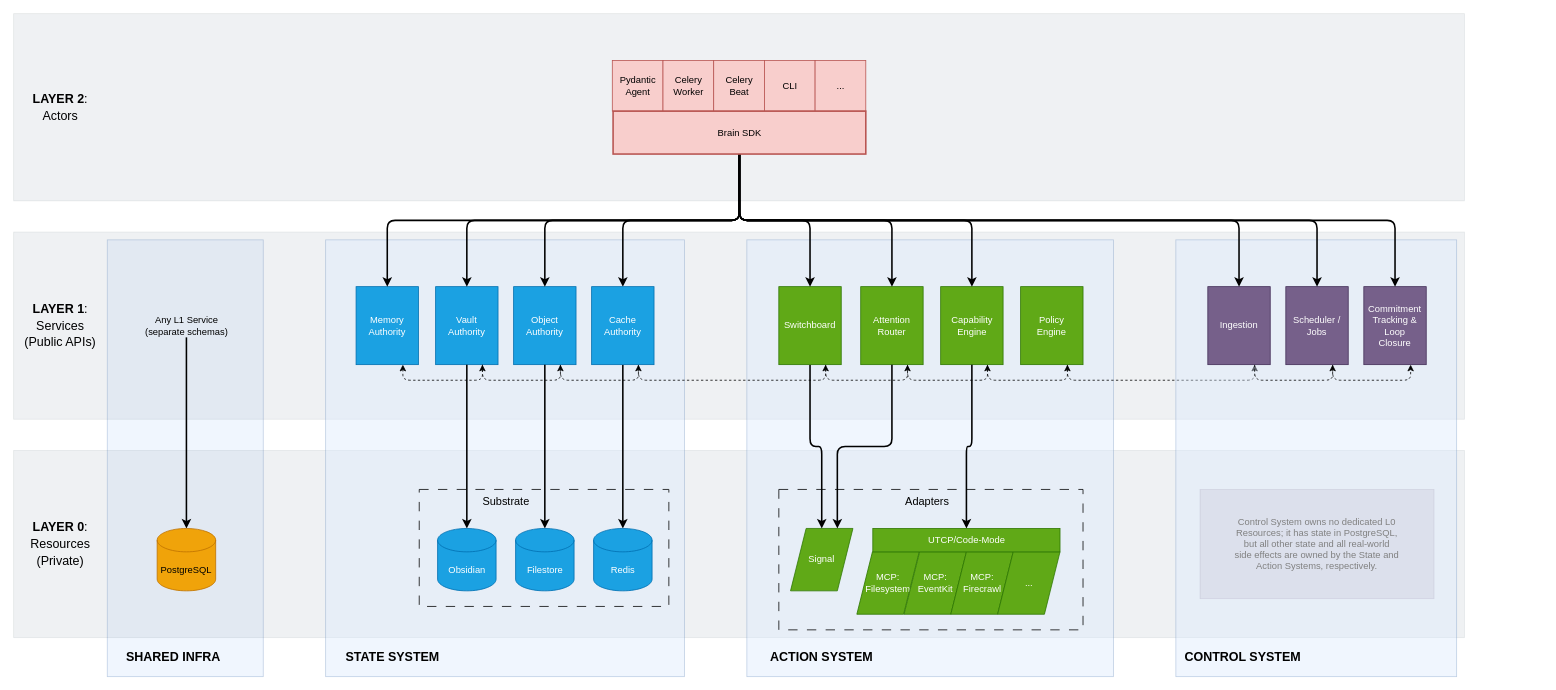
This is page "boundaries-and-responsibilities" (4 of 4) of img/diagrams.drawio from cmtonkinson/brain, a draw.io file, before an edit. Source tidied: cells renumbered, new cells numbered last; positions are measured from the earlier drawing's top-left corner, leaving out a move shared by most shapes. Both pictures are drawn from the tidied source at 78%, with x=0, y=0 at pixel (13, 13).
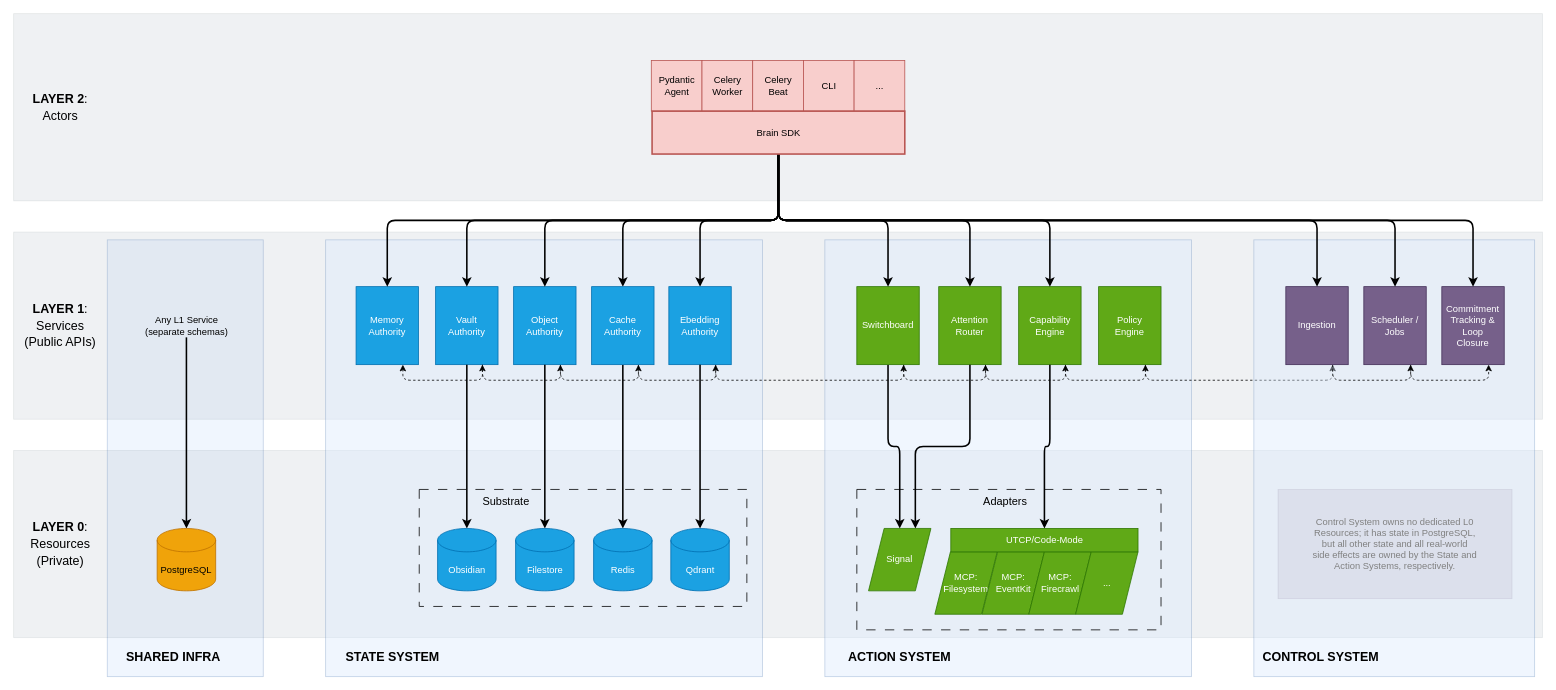
After the change.

The change refers to these unchanged cells:
```xml
<mxCell id="74" value="Cache&lt;div&gt;Authority&lt;/div&gt;" style="rounded=0;whiteSpace=wrap;html=1;fillColor=#1ba1e2;strokeColor=#006EAF;fontColor=#ffffff;" parent="1" vertex="1">
  <mxGeometry x="741" y="350" width="80" height="100" as="geometry" />
</mxCell>
```

The edit, as a diff of the source:
```diff
@@
     <mxCell id="3" style="rounded=0;whiteSpace=wrap;html=1;fillColor=#647687;fontColor=#ffffff;strokeColor=#314354;opacity=10;" parent="1" vertex="1">
-      <mxGeometry width="1860" height="240" as="geometry" />
+      <mxGeometry width="1960" height="240" as="geometry" />
     </mxCell>
     <mxCell id="4" style="rounded=0;whiteSpace=wrap;html=1;fillColor=#647687;fontColor=#ffffff;strokeColor=#314354;opacity=10;" parent="1" vertex="1">
-      <mxGeometry y="280" width="1860" height="240" as="geometry" />
+      <mxGeometry y="280" width="1960" height="240" as="geometry" />
     </mxCell>
     <mxCell id="5" style="rounded=0;whiteSpace=wrap;html=1;fillColor=#647687;fontColor=#ffffff;strokeColor=#314354;opacity=10;" parent="1" vertex="1">
-      <mxGeometry y="560" width="1860" height="240" as="geometry" />
+      <mxGeometry y="560" width="1960" height="240" as="geometry" />
     </mxCell>
     <mxCell id="6" style="rounded=0;whiteSpace=wrap;html=1;fillColor=#dae8fc;strokeColor=#6c8ebf;opacity=40;" parent="1" vertex="1">
-      <mxGeometry x="400" y="290" width="460" height="560" as="geometry" />
+      <mxGeometry x="400" y="290" width="560" height="560" as="geometry" />
     </mxCell>
     <mxCell id="7" style="rounded=0;whiteSpace=wrap;html=1;fillColor=#dae8fc;strokeColor=#6c8ebf;opacity=40;" parent="1" vertex="1">
-      <mxGeometry x="940" y="290" width="470" height="560" as="geometry" />
+      <mxGeometry x="1040" y="290" width="470" height="560" as="geometry" />
     </mxCell>
@@
     <mxCell id="18" value="Policy&lt;br&gt;Engine" style="rounded=0;whiteSpace=wrap;html=1;fillColor=#60a917;strokeColor=#2D7600;fontColor=#ffffff;" parent="1" vertex="1">
-      <mxGeometry x="1291" y="350" width="80" height="100" as="geometry" />
+      <mxGeometry x="1391" y="350" width="80" height="100" as="geometry" />
     </mxCell>
@@
     <mxCell id="20" value="Capability&lt;div&gt;Engine&lt;/div&gt;" style="rounded=0;whiteSpace=wrap;html=1;fillColor=#60a917;strokeColor=#2D7600;fontColor=#ffffff;" parent="1" vertex="1">
-      <mxGeometry x="1188.5" y="350" width="80" height="100" as="geometry" />
+      <mxGeometry x="1288.5" y="350" width="80" height="100" as="geometry" />
     </mxCell>
@@
     <mxCell id="22" value="Attention&lt;br&gt;Router" style="rounded=0;whiteSpace=wrap;html=1;fillColor=#60a917;strokeColor=#2D7600;fontColor=#ffffff;" parent="1" vertex="1">
-      <mxGeometry x="1086" y="350" width="80" height="100" as="geometry" />
+      <mxGeometry x="1186" y="350" width="80" height="100" as="geometry" />
     </mxCell>
@@
     <mxCell id="26" style="rounded=0;whiteSpace=wrap;html=1;fillColor=#dae8fc;strokeColor=#6c8ebf;opacity=40;" parent="1" vertex="1">
-      <mxGeometry x="1490" y="290" width="360" height="560" as="geometry" />
+      <mxGeometry x="1590" y="290" width="360" height="560" as="geometry" />
     </mxCell>
     <mxCell id="27" value="Commitment&lt;br&gt;Tracking &amp;amp;&lt;br&gt;Loop&lt;br&gt;Closure" style="rounded=0;whiteSpace=wrap;html=1;fillColor=#76608a;strokeColor=#432D57;fontColor=#ffffff;" parent="1" vertex="1">
-      <mxGeometry x="1731" y="350" width="80" height="100" as="geometry" />
+      <mxGeometry x="1831" y="350" width="80" height="100" as="geometry" />
     </mxCell>
@@
     <mxCell id="29" value="Scheduler /&lt;br&gt;Jobs" style="rounded=0;whiteSpace=wrap;html=1;fillColor=#76608a;strokeColor=#432D57;fontColor=#ffffff;" parent="1" vertex="1">
-      <mxGeometry x="1631" y="350" width="80" height="100" as="geometry" />
+      <mxGeometry x="1731" y="350" width="80" height="100" as="geometry" />
     </mxCell>
@@
     <mxCell id="31" value="Ingestion" style="rounded=0;whiteSpace=wrap;html=1;fillColor=#76608a;strokeColor=#432D57;fontColor=#ffffff;" parent="1" vertex="1">
-      <mxGeometry x="1531" y="350" width="80" height="100" as="geometry" />
+      <mxGeometry x="1631" y="350" width="80" height="100" as="geometry" />
     </mxCell>
     <mxCell id="32" value="&lt;font style=&quot;color: rgb(128, 128, 128);&quot;&gt;Control System owns no dedicated&amp;nbsp;&lt;/font&gt;&lt;span style=&quot;color: rgb(128, 128, 128); background-color: transparent;&quot;&gt;L0&lt;/span&gt;&lt;div&gt;&lt;span style=&quot;background-color: transparent; color: rgb(128, 128, 128);&quot;&gt;Resources; it has state in PostgreSQL,&lt;/span&gt;&lt;/div&gt;&lt;div&gt;&lt;span style=&quot;background-color: transparent; color: rgb(128, 128, 128);&quot;&gt;but all other state and all&amp;nbsp;&lt;/span&gt;&lt;span style=&quot;background-color: transparent; color: rgb(128, 128, 128);&quot;&gt;real-world&lt;/span&gt;&lt;/div&gt;&lt;div&gt;&lt;span style=&quot;background-color: transparent; color: rgb(128, 128, 128);&quot;&gt;side effects are owned by the State and&lt;/span&gt;&lt;/div&gt;&lt;div&gt;&lt;span style=&quot;background-color: transparent; color: rgb(128, 128, 128);&quot;&gt;Action Systems, respectively.&lt;/span&gt;&lt;/div&gt;" style="rounded=0;whiteSpace=wrap;html=1;fillColor=#76608a;strokeColor=#432D57;opacity=10;fontColor=#ffffff;" parent="1" vertex="1">
-      <mxGeometry x="1521" y="610" width="300" height="140" as="geometry" />
+      <mxGeometry x="1621" y="610" width="300" height="140" as="geometry" />
     </mxCell>
@@
     <mxCell id="34" value="&lt;h2&gt;&lt;font style=&quot;font-size: 16px;&quot;&gt;ACTION&lt;/font&gt;&lt;font style=&quot;font-size: 16px;&quot;&gt; SYSTEM&lt;/font&gt;&lt;/h2&gt;" style="text;html=1;whiteSpace=wrap;strokeColor=none;fillColor=none;align=center;verticalAlign=middle;rounded=0;fontStyle=1;" parent="1" vertex="1">
-      <mxGeometry x="951" y="810" width="170" height="30" as="geometry" />
+      <mxGeometry x="1051" y="810" width="170" height="30" as="geometry" />
     </mxCell>
     <mxCell id="35" value="&lt;h2&gt;&lt;span style=&quot;&quot;&gt;&lt;font style=&quot;font-size: 16px;&quot;&gt;CONTROL&lt;/font&gt;&lt;font style=&quot;font-size: 16px;&quot;&gt; SYSTEM&lt;/font&gt;&lt;/span&gt;&lt;/h2&gt;" style="text;html=1;whiteSpace=wrap;strokeColor=none;fillColor=none;align=center;verticalAlign=middle;rounded=0;fontStyle=1;" parent="1" vertex="1">
-      <mxGeometry x="1491" y="810" width="170" height="30" as="geometry" />
+      <mxGeometry x="1591" y="810" width="170" height="30" as="geometry" />
     </mxCell>
@@
     <mxCell id="46" style="rounded=0;whiteSpace=wrap;html=1;fillColor=none;dashed=1;dashPattern=12 12;" parent="1" vertex="1">
-      <mxGeometry x="520" y="610" width="320" height="150" as="geometry" />
+      <mxGeometry x="520" y="610" width="420" height="150" as="geometry" />
     </mxCell>
@@
     <mxCell id="51" style="rounded=0;whiteSpace=wrap;html=1;fillColor=none;dashed=1;dashPattern=12 12;" parent="1" vertex="1">
-      <mxGeometry x="981" y="610" width="390" height="180" as="geometry" />
+      <mxGeometry x="1081" y="610" width="390" height="180" as="geometry" />
     </mxCell>
     <mxCell id="52" value="&lt;h3&gt;&lt;span style=&quot;font-weight: normal;&quot;&gt;Adapters&lt;/span&gt;&lt;/h3&gt;" style="text;html=1;whiteSpace=wrap;strokeColor=none;fillColor=none;align=center;verticalAlign=middle;rounded=0;" parent="1" vertex="1">
-      <mxGeometry x="1133.5" y="610" width="75" height="30" as="geometry" />
+      <mxGeometry x="1233.5" y="610" width="75" height="30" as="geometry" />
     </mxCell>
@@
     <mxCell id="54" value="Signal" style="shape=parallelogram;perimeter=parallelogramPerimeter;whiteSpace=wrap;html=1;fixedSize=1;fillColor=#60a917;strokeColor=#2D7600;fontColor=#ffffff;" parent="1" vertex="1">
-      <mxGeometry x="996" y="660" width="80" height="80" as="geometry" />
+      <mxGeometry x="1096" y="660" width="80" height="80" as="geometry" />
     </mxCell>
@@
     <mxCell id="56" value="Switchboard" style="rounded=0;whiteSpace=wrap;html=1;fillColor=#60a917;strokeColor=#2D7600;fontColor=#ffffff;" parent="1" vertex="1">
-      <mxGeometry x="981" y="350" width="80" height="100" as="geometry" />
+      <mxGeometry x="1081" y="350" width="80" height="100" as="geometry" />
     </mxCell>
@@
     <mxCell id="58" style="group;" parent="1" vertex="1">
-      <mxGeometry x="1081" y="660" width="260.5" height="110" as="geometry" />
+      <mxGeometry x="1181" y="660" width="260.5" height="110" as="geometry" />
     </mxCell>
@@
     <mxCell id="65" value="Pydantic&lt;br&gt;Agent" style="rounded=0;whiteSpace=wrap;html=1;fillColor=#f8cecc;strokeColor=#b85450;" parent="1" vertex="1">
-      <mxGeometry x="767.5" y="60" width="65" height="65" as="geometry" />
+      <mxGeometry x="817.5" y="60" width="65" height="65" as="geometry" />
     </mxCell>
     <mxCell id="66" value="Celery&lt;div&gt;Worker&lt;/div&gt;" style="rounded=0;whiteSpace=wrap;html=1;fillColor=#f8cecc;strokeColor=#b85450;" parent="1" vertex="1">
-      <mxGeometry x="832.5" y="60" width="65" height="65" as="geometry" />
+      <mxGeometry x="882.5" y="60" width="65" height="65" as="geometry" />
     </mxCell>
     <mxCell id="67" value="Celery&lt;br&gt;Beat" style="rounded=0;whiteSpace=wrap;html=1;fillColor=#f8cecc;strokeColor=#b85450;" parent="1" vertex="1">
-      <mxGeometry x="897.5" y="60" width="65" height="65" as="geometry" />
+      <mxGeometry x="947.5" y="60" width="65" height="65" as="geometry" />
     </mxCell>
     <mxCell id="68" value="&lt;div&gt;CLI&lt;/div&gt;" style="rounded=0;whiteSpace=wrap;html=1;fillColor=#f8cecc;strokeColor=#b85450;" parent="1" vertex="1">
-      <mxGeometry x="962.5" y="60" width="65" height="65" as="geometry" />
+      <mxGeometry x="1012.5" y="60" width="65" height="65" as="geometry" />
     </mxCell>
     <mxCell id="69" value="..." style="rounded=0;whiteSpace=wrap;html=1;fillColor=#f8cecc;strokeColor=#b85450;" parent="1" vertex="1">
-      <mxGeometry x="1027.5" y="60" width="65" height="65" as="geometry" />
+      <mxGeometry x="1077.5" y="60" width="65" height="65" as="geometry" />
     </mxCell>
@@
+    <mxCell id="78" style="edgeStyle=orthogonalEdgeStyle;rounded=1;jettySize=auto;html=1;curved=0;strokeWidth=2;" parent="1" edge="1" source="71" target="80">
+      <mxGeometry relative="1" as="geometry" />
+    </mxCell>
     <mxCell id="71" value="Brain SDK" style="rounded=0;whiteSpace=wrap;html=1;fillStyle=solid;fillColor=#f8cecc;strokeColor=#b85450;gradientColor=none;gradientDirection=radial;strokeWidth=2;" parent="1" vertex="1">
-      <mxGeometry x="768.5" y="125" width="324" height="55" as="geometry" />
+      <mxGeometry x="818.5" y="125" width="324" height="55" as="geometry" />
     </mxCell>
@@
-    <mxCell id="73" style="edgeStyle=orthogonalEdgeStyle;rounded=1;jettySize=auto;html=1;entryX=0.75;entryY=1;entryDx=0;entryDy=0;exitX=0.75;exitY=1;exitDx=0;exitDy=0;dashed=1;curved=0;" parent="1" edge="1" source="74" target="56">
+    <mxCell id="73" style="edgeStyle=orthogonalEdgeStyle;rounded=1;jettySize=auto;html=1;entryX=0.75;entryY=1;entryDx=0;entryDy=0;exitX=0.75;exitY=1;exitDx=0;exitDy=0;dashed=1;curved=0;" parent="1" edge="1" source="74" target="80">
       <mxGeometry relative="1" as="geometry" />
     </mxCell>
@@
+    <mxCell id="79" style="edgeStyle=orthogonalEdgeStyle;rounded=1;jettySize=auto;html=1;entryX=0.75;entryY=1;entryDx=0;entryDy=0;curved=0;dashed=1;exitX=0.75;exitY=1;exitDx=0;exitDy=0;" parent="1" edge="1" source="80" target="56">
+      <mxGeometry relative="1" as="geometry" />
+    </mxCell>
+    <mxCell id="80" value="Ebedding&lt;div&gt;Authority&lt;/div&gt;" style="rounded=0;whiteSpace=wrap;html=1;fillColor=#1ba1e2;strokeColor=#006EAF;fontColor=#ffffff;" parent="1" vertex="1">
+      <mxGeometry x="840" y="350" width="80" height="100" as="geometry" />
+    </mxCell>
+    <mxCell id="81" value="Qdrant" style="shape=cylinder3;whiteSpace=wrap;html=1;boundedLbl=1;backgroundOutline=1;size=15;fillColor=#1ba1e2;strokeColor=#006EAF;fontColor=#ffffff;" parent="1" vertex="1">
+      <mxGeometry x="842.5" y="660" width="75" height="80" as="geometry" />
+    </mxCell>
+    <mxCell id="82" style="edgeStyle=orthogonalEdgeStyle;rounded=0;jettySize=auto;html=1;strokeWidth=2;" parent="1" edge="1" source="80" target="81">
+      <mxGeometry relative="1" as="geometry" />
+    </mxCell>
```
